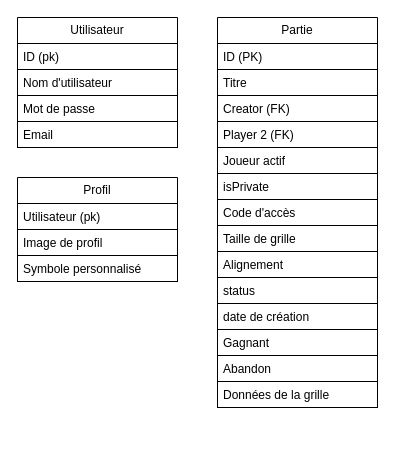
Before: MLD.drawio in XtremCG/helb_morpion, a draw.io diagram. Source tidied: cells renumbered, new cells numbered last; positions are measured from the earlier drawing's top-left corner, leaving out a move shared by most shapes. Both pictures are drawn from the tidied source at 100%, with x=0, y=0 at pixel (17, 17).
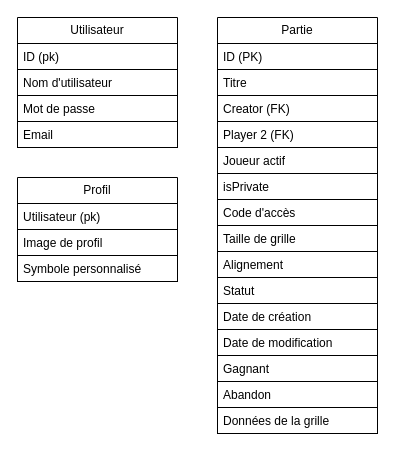
Above is the later version.

Commit message (it also covers changes not shown here):
Mettre à jour MLD.drawio

What changed in the source:
```diff
@@
     <mxCell id="7" value="Partie" style="swimlane;fontStyle=0;horizontal=1;startSize=26;fillColor=default;whiteSpace=wrap;html=1;strokeColor=default;" parent="1" vertex="1">
-      <mxGeometry x="200" width="160" height="390" as="geometry" />
+      <mxGeometry x="200" width="160" height="416" as="geometry" />
     </mxCell>
@@
-    <mxCell id="17" value="status" style="text;strokeColor=default;fillColor=default;align=left;verticalAlign=top;spacingLeft=4;spacingRight=4;overflow=hidden;whiteSpace=wrap;html=1;" parent="7" vertex="1">
+    <mxCell id="17" value="Statut&amp;nbsp;" style="text;strokeColor=default;fillColor=default;align=left;verticalAlign=top;spacingLeft=4;spacingRight=4;overflow=hidden;whiteSpace=wrap;html=1;" parent="7" vertex="1">
       <mxGeometry y="260" width="160" height="26" as="geometry" />
     </mxCell>
-    <mxCell id="18" value="date de création" style="text;strokeColor=default;fillColor=default;align=left;verticalAlign=top;spacingLeft=4;spacingRight=4;overflow=hidden;whiteSpace=wrap;html=1;" parent="7" vertex="1">
+    <mxCell id="18" value="Date de création" style="text;strokeColor=default;fillColor=default;align=left;verticalAlign=top;spacingLeft=4;spacingRight=4;overflow=hidden;whiteSpace=wrap;html=1;" parent="7" vertex="1">
       <mxGeometry y="286" width="160" height="26" as="geometry" />
     </mxCell>
+    <mxCell id="26" value="Date de modification" style="text;strokeColor=default;fillColor=default;align=left;verticalAlign=top;spacingLeft=4;spacingRight=4;overflow=hidden;whiteSpace=wrap;html=1;" parent="7" vertex="1">
+      <mxGeometry y="312" width="160" height="26" as="geometry" />
+    </mxCell>
     <mxCell id="19" value="Gagnant" style="text;strokeColor=default;fillColor=default;align=left;verticalAlign=top;spacingLeft=4;spacingRight=4;overflow=hidden;whiteSpace=wrap;html=1;" parent="7" vertex="1">
-      <mxGeometry y="312" width="160" height="26" as="geometry" />
+      <mxGeometry y="338" width="160" height="26" as="geometry" />
     </mxCell>
     <mxCell id="20" value="Abandon" style="text;strokeColor=default;fillColor=default;align=left;verticalAlign=top;spacingLeft=4;spacingRight=4;overflow=hidden;whiteSpace=wrap;html=1;" parent="7" vertex="1">
-      <mxGeometry y="338" width="160" height="26" as="geometry" />
+      <mxGeometry y="364" width="160" height="26" as="geometry" />
     </mxCell>
     <mxCell id="21" value="Données de la grille" style="text;strokeColor=default;fillColor=default;align=left;verticalAlign=top;spacingLeft=4;spacingRight=4;overflow=hidden;whiteSpace=wrap;html=1;" parent="7" vertex="1">
-      <mxGeometry y="364" width="160" height="26" as="geometry" />
+      <mxGeometry y="390" width="160" height="26" as="geometry" />
     </mxCell>
```
